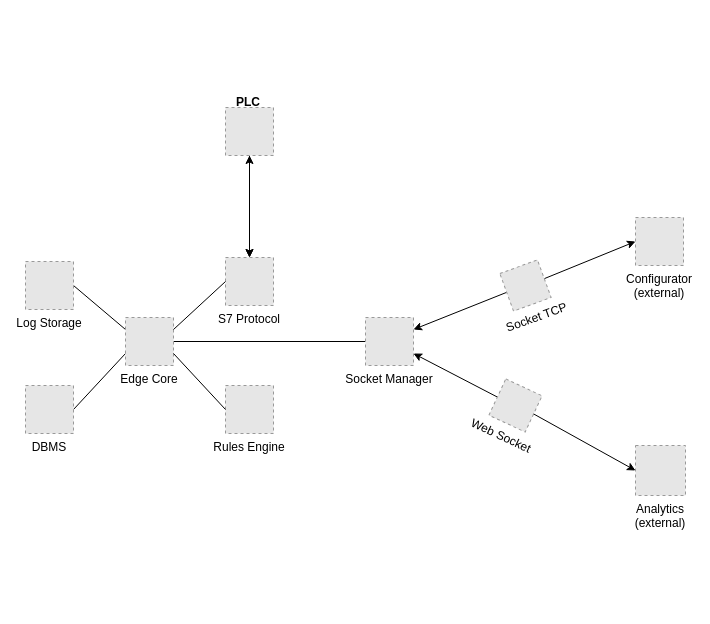
This is Edge Architecture.drawio from maius91/maius91, a draw.io file, before an edit. Source tidied: cells renumbered, new cells numbered last; positions are measured from the earlier drawing's top-left corner, leaving out a move shared by most shapes. Both pictures are drawn from the tidied source at 100%, with x=0, y=0 at pixel (25, 87). Pictures stored in the file or linked from it are replaced by grey dashed boxes.
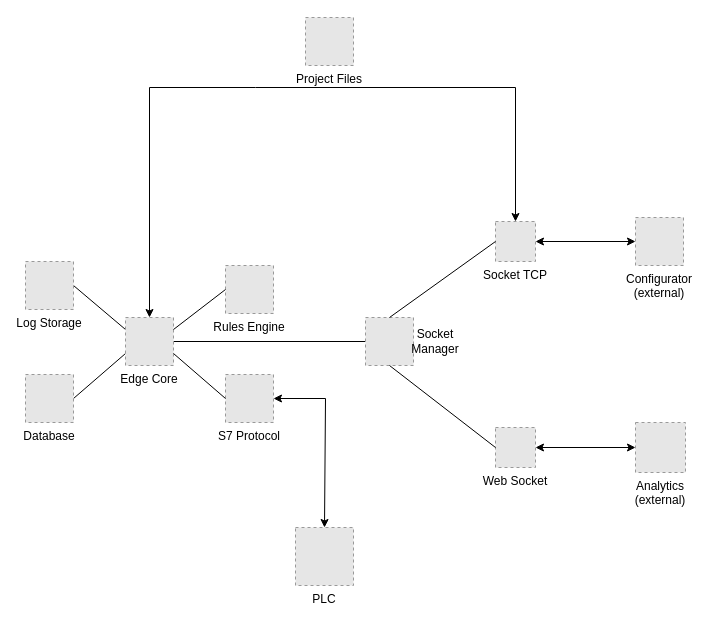
The same page after the edit.

Unchanged cells that the change refers to:
```xml
<mxCell id="5" value="Configurator &#10;(external)" style="fillColor=#E6E6E6;strokeColor=#999999;dashed=1;verticalLabelPosition=bottom;verticalAlign=top;" parent="1" vertex="1">
  <mxGeometry x="610" y="130" width="48" height="48" as="geometry" />
</mxCell>
<mxCell id="11" value="Edge Core" style="fillColor=#E6E6E6;strokeColor=#999999;dashed=1;verticalLabelPosition=bottom;verticalAlign=top;" parent="1" vertex="1">
  <mxGeometry x="100" y="230" width="48" height="48" as="geometry" />
</mxCell>
```

The edit, as a diff of the source:
```diff
@@
-    <mxCell id="7" value="DBMS" style="fillColor=#E6E6E6;strokeColor=#999999;dashed=1;verticalLabelPosition=bottom;verticalAlign=top;" parent="1" vertex="1">
-      <mxGeometry y="298" width="48" height="48" as="geometry" />
+    <mxCell id="7" value="Database" style="fillColor=#E6E6E6;strokeColor=#999999;dashed=1;verticalLabelPosition=bottom;verticalAlign=top;" parent="1" vertex="1">
+      <mxGeometry y="287" width="48" height="48" as="geometry" />
     </mxCell>
-    <mxCell id="8" value="Socket Manager" style="fillColor=#E6E6E6;strokeColor=#999999;dashed=1;verticalLabelPosition=bottom;verticalAlign=top;" parent="1" vertex="1">
+    <mxCell id="8" style="fillColor=#E6E6E6;strokeColor=#999999;dashed=1;verticalLabelPosition=bottom;verticalAlign=top;" parent="1" vertex="1">
       <mxGeometry x="340" y="230" width="48" height="48" as="geometry" />
     </mxCell>
     <mxCell id="9" value="Analytics &#10;(external)" style="fillColor=#E6E6E6;strokeColor=#999999;dashed=1;verticalLabelPosition=bottom;verticalAlign=top;" parent="1" vertex="1">
-      <mxGeometry x="610" y="358" width="50" height="50" as="geometry" />
+      <mxGeometry x="610" y="335" width="50" height="50" as="geometry" />
     </mxCell>
-    <mxCell id="10" style="endArrow=classic;startArrow=none;html=1;rounded=0;entryX=0;entryY=0.5;entryDx=0;entryDy=0;exitX=1;exitY=0.5;exitDx=0;exitDy=0;" parent="1" edge="1" source="13" target="5">
-      <mxGeometry relative="1" as="geometry" />
-    </mxCell>
@@
-    <mxCell id="12" style="endArrow=none;startArrow=classic;html=1;rounded=0;exitX=1;exitY=0.25;exitDx=0;exitDy=0;entryX=0;entryY=0.5;entryDx=0;entryDy=0;" parent="1" edge="1" source="8" target="13">
-      <mxGeometry relative="1" as="geometry" />
-    </mxCell>
-    <mxCell id="13" value="Socket TCP" style="fillColor=#E6E6E6;strokeColor=#999999;dashed=1;verticalLabelPosition=bottom;verticalAlign=top;rotation=-20;" parent="1" vertex="1">
-      <mxGeometry x="480" y="178" width="40" height="40" as="geometry" />
+    <mxCell id="13" value="Socket TCP" style="fillColor=#E6E6E6;strokeColor=#999999;dashed=1;verticalLabelPosition=bottom;verticalAlign=top;rotation=0;" parent="1" vertex="1">
+      <mxGeometry x="470" y="134" width="40" height="40" as="geometry" />
     </mxCell>
-    <mxCell id="14" style="endArrow=none;startArrow=classic;html=1;rounded=0;entryX=0;entryY=0.5;entryDx=0;entryDy=0;exitX=1;exitY=0.75;exitDx=0;exitDy=0;" parent="1" edge="1" source="8" target="15">
-      <mxGeometry relative="1" as="geometry" />
-    </mxCell>
-    <mxCell id="15" value="Web Socket" style="fillColor=#E6E6E6;strokeColor=#999999;dashed=1;verticalLabelPosition=bottom;verticalAlign=top;rotation=25;" parent="1" vertex="1">
-      <mxGeometry x="470" y="298" width="40" height="40" as="geometry" />
+    <mxCell id="15" value="Web Socket" style="fillColor=#E6E6E6;strokeColor=#999999;dashed=1;verticalLabelPosition=bottom;verticalAlign=top;rotation=0;" parent="1" vertex="1">
+      <mxGeometry x="470" y="340" width="40" height="40" as="geometry" />
     </mxCell>
-    <mxCell id="16" style="endArrow=classic;startArrow=none;html=1;rounded=0;entryX=0;entryY=0.5;entryDx=0;entryDy=0;exitX=1;exitY=0.5;exitDx=0;exitDy=0;" parent="1" edge="1" source="15" target="9">
-      <mxGeometry relative="1" as="geometry" />
-    </mxCell>
     <mxCell id="17" value="S7 Protocol" style="fillColor=#E6E6E6;strokeColor=#999999;dashed=1;verticalLabelPosition=bottom;verticalAlign=top;" parent="1" vertex="1">
-      <mxGeometry x="200" y="170" width="48" height="48" as="geometry" />
+      <mxGeometry x="200" y="287" width="48" height="48" as="geometry" />
     </mxCell>
-    <mxCell id="18" style="edgeStyle=none;rounded=0;jettySize=auto;html=1;sourcePerimeterSpacing=5;endArrow=none;endFill=0;targetPerimeterSpacing=5;exitX=0;exitY=0.5;exitDx=0;exitDy=0;entryX=1;entryY=0.25;entryDx=0;entryDy=0;" parent="1" edge="1" source="17" target="11">
+    <mxCell id="18" style="edgeStyle=none;rounded=0;jettySize=auto;html=1;sourcePerimeterSpacing=5;endArrow=none;endFill=0;targetPerimeterSpacing=5;exitX=0;exitY=0.5;exitDx=0;exitDy=0;entryX=1;entryY=0.75;entryDx=0;entryDy=0;" parent="1" edge="1" source="17" target="11">
       <mxGeometry relative="1" as="geometry" />
     </mxCell>
-    <mxCell id="19" style="edgeStyle=orthogonalEdgeStyle;rounded=0;jettySize=auto;html=1;" parent="1" edge="1" source="20" target="17">
-      <mxGeometry relative="1" as="geometry" />
-    </mxCell>
-    <mxCell id="20" style="fillColor=#E6E6E6;strokeColor=#999999;dashed=1;verticalLabelPosition=bottom;verticalAlign=top;rotation=-180;" parent="1" vertex="1">
-      <mxGeometry x="200" y="20" width="48" height="48" as="geometry" />
+    <mxCell id="20" value="PLC" style="fillColor=#E6E6E6;strokeColor=#999999;dashed=1;verticalLabelPosition=bottom;verticalAlign=top;rotation=0;" parent="1" vertex="1">
+      <mxGeometry x="270" y="440" width="58" height="58" as="geometry" />
     </mxCell>
-    <mxCell id="21" style="endArrow=classic;startArrow=classic;html=1;rounded=0;exitX=0.5;exitY=0;exitDx=0;exitDy=0;entryX=0.5;entryY=0;entryDx=0;entryDy=0;" parent="1" edge="1" source="17" target="20">
-      <mxGeometry relative="1" as="geometry" />
-    </mxCell>
-    <mxCell id="22" value="PLC" style="text;html=1;strokeColor=none;fillColor=none;align=center;verticalAlign=middle;whiteSpace=wrap;rounded=0;fontStyle=1;" parent="1" vertex="1">
-      <mxGeometry x="198" width="50" height="30" as="geometry" />
-    </mxCell>
     <mxCell id="23" value="Rules Engine" style="fillColor=#E6E6E6;strokeColor=#999999;dashed=1;verticalLabelPosition=bottom;verticalAlign=top;" parent="1" vertex="1">
-      <mxGeometry x="200" y="298" width="48" height="48" as="geometry" />
+      <mxGeometry x="200" y="178" width="48" height="48" as="geometry" />
     </mxCell>
-    <mxCell id="24" style="edgeStyle=none;rounded=0;jettySize=auto;html=1;sourcePerimeterSpacing=5;endArrow=none;endFill=0;targetPerimeterSpacing=5;exitX=0;exitY=0.5;exitDx=0;exitDy=0;entryX=1;entryY=0.75;entryDx=0;entryDy=0;" parent="1" edge="1" source="23" target="11">
+    <mxCell id="24" style="edgeStyle=none;rounded=0;jettySize=auto;html=1;sourcePerimeterSpacing=5;endArrow=none;endFill=0;targetPerimeterSpacing=5;exitX=0;exitY=0.5;exitDx=0;exitDy=0;entryX=1;entryY=0.25;entryDx=0;entryDy=0;" parent="1" edge="1" source="23" target="11">
       <mxGeometry relative="1" as="geometry" />
     </mxCell>
+    <mxCell id="25" value="Socket Manager" style="text;html=1;strokeColor=none;fillColor=none;align=center;verticalAlign=middle;whiteSpace=wrap;rounded=0;" parent="1" vertex="1">
+      <mxGeometry x="380" y="239" width="60" height="30" as="geometry" />
+    </mxCell>
+    <mxCell id="10" style="endArrow=classic;startArrow=classic;html=1;rounded=0;entryX=0;entryY=0.5;entryDx=0;entryDy=0;exitX=1;exitY=0.5;exitDx=0;exitDy=0;" parent="1" edge="1" source="13" target="5">
+      <mxGeometry relative="1" as="geometry" />
+    </mxCell>
+    <mxCell id="16" style="endArrow=classic;startArrow=classic;html=1;rounded=0;entryX=0;entryY=0.5;entryDx=0;entryDy=0;exitX=1;exitY=0.5;exitDx=0;exitDy=0;" parent="1" edge="1" source="15" target="9">
+      <mxGeometry relative="1" as="geometry" />
+    </mxCell>
+    <mxCell id="19" style="endArrow=classic;startArrow=classic;html=1;rounded=0;exitX=0.5;exitY=0;exitDx=0;exitDy=0;entryX=1;entryY=0.5;entryDx=0;entryDy=0;" parent="1" edge="1" source="20" target="17">
+      <mxGeometry relative="1" as="geometry">
+        <Array as="points">
+          <mxPoint x="300" y="311" />
+        </Array>
+      </mxGeometry>
+    </mxCell>
+    <mxCell id="26" style="endArrow=classic;startArrow=classic;html=1;rounded=0;exitX=0.5;exitY=0;exitDx=0;exitDy=0;entryX=0.5;entryY=0;entryDx=0;entryDy=0;" parent="1" edge="1" source="11" target="13">
+      <mxGeometry relative="1" as="geometry">
+        <Array as="points">
+          <mxPoint x="124" />
+          <mxPoint x="230" />
+          <mxPoint x="490" />
+        </Array>
+      </mxGeometry>
+    </mxCell>
+    <mxCell id="27" value="Project Files" style="fillColor=#E6E6E6;strokeColor=#999999;dashed=1;verticalLabelPosition=bottom;verticalAlign=top;" parent="1" vertex="1">
+      <mxGeometry x="280" y="-70" width="48" height="48" as="geometry" />
+    </mxCell>
+    <mxCell id="12" style="endArrow=none;html=1;rounded=0;exitX=0.5;exitY=0;exitDx=0;exitDy=0;entryX=0;entryY=0.5;entryDx=0;entryDy=0;" parent="1" edge="1" source="8" target="13">
+      <mxGeometry relative="1" as="geometry" />
+    </mxCell>
+    <mxCell id="14" style="endArrow=none;html=1;rounded=0;exitX=0.5;exitY=1;exitDx=0;exitDy=0;entryX=0;entryY=0.5;entryDx=0;entryDy=0;" parent="1" edge="1" source="8" target="15">
+      <mxGeometry relative="1" as="geometry" />
+    </mxCell>
```
